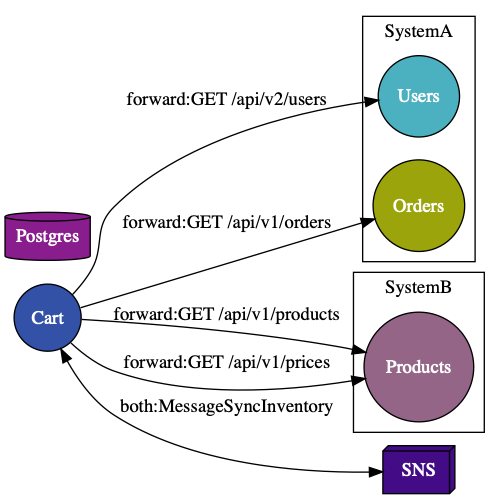
Earlier version of the Graphviz export micromap.png (alvarg93/micromap). Its source is kept beside it as micromap.dot.
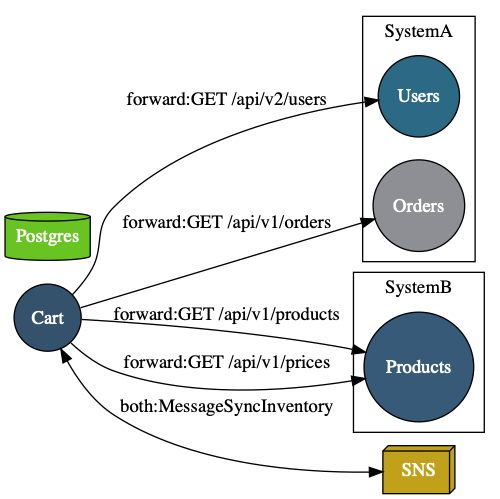
Later version of the same file.

What changed in the source:
```diff
@@ -1,22 +1,22 @@
 graph {
 rankdir=LR
-"Cart"[shape=circle,fontcolor=white,style=filled,fillcolor="#4a6d5a"]
-"Users"[shape=circle,fontcolor=white,style=filled,fillcolor="#a66440"]
-"Orders"[shape=circle,fontcolor=white,style=filled,fillcolor="#2d8c9e"]
-"Products"[shape=circle,fontcolor=white,style=filled,fillcolor="#a55d3e"]
-"SNS"[shape=box3d,fontcolor=white,style=filled,fillcolor="#19c184"]
-"Postgres"[shape=cylinder,fontcolor=white,style=filled,fillcolor="#6f4c56"]
-"Cart" -- "Products"[dir=forward,label="forward:GET /api/v1/products",weight="1"];
-"Cart" -- "Products"[dir=forward,label="forward:GET /api/v1/prices",weight="1"];
-"Cart" -- "Users"[dir=forward,label="forward:GET /api/v2/users",weight="1"];
-"Cart" -- "Orders"[dir=forward,label="forward:GET /api/v1/orders",weight="1"];
-"Cart" -- "SNS"[dir=both,label="both:MessageSyncInventory",weight="1"];
+"Cart"[shape=circle,fontcolor=white,style=filled,fillcolor="#35526c"]
+"Users"[shape=circle,fontcolor=white,style=filled,fillcolor="#2c6985"]
+"Orders"[shape=circle,fontcolor=white,style=filled,fillcolor="#8e8f94"]
+"Products"[shape=circle,fontcolor=white,style=filled,fillcolor="#365a77"]
+"SNS"[shape=box3d,fontcolor=white,style=filled,fillcolor="#c0a119"]
+"Postgres"[shape=cylinder,fontcolor=white,style=filled,fillcolor="#68c521"]
+"Cart" -- "Products"[dir=forward,label="forward:GET /api/v1/products"];
+"Cart" -- "Products"[dir=forward,label="forward:GET /api/v1/prices"];
+"Cart" -- "Users"[dir=forward,label="forward:GET /api/v2/users"];
+"Cart" -- "Orders"[dir=forward,label="forward:GET /api/v1/orders"];
+"Cart" -- "SNS"[dir=both,label="both:MessageSyncInventory"];
 subgraph cluster_0{
+label="SystemA";
+Users;Orders;
+}
+subgraph cluster_1{
 label="SystemB";
 Products;
 }
-subgraph cluster_1{
-label="SystemA";
-Users;Orders;
 }
-}
```
